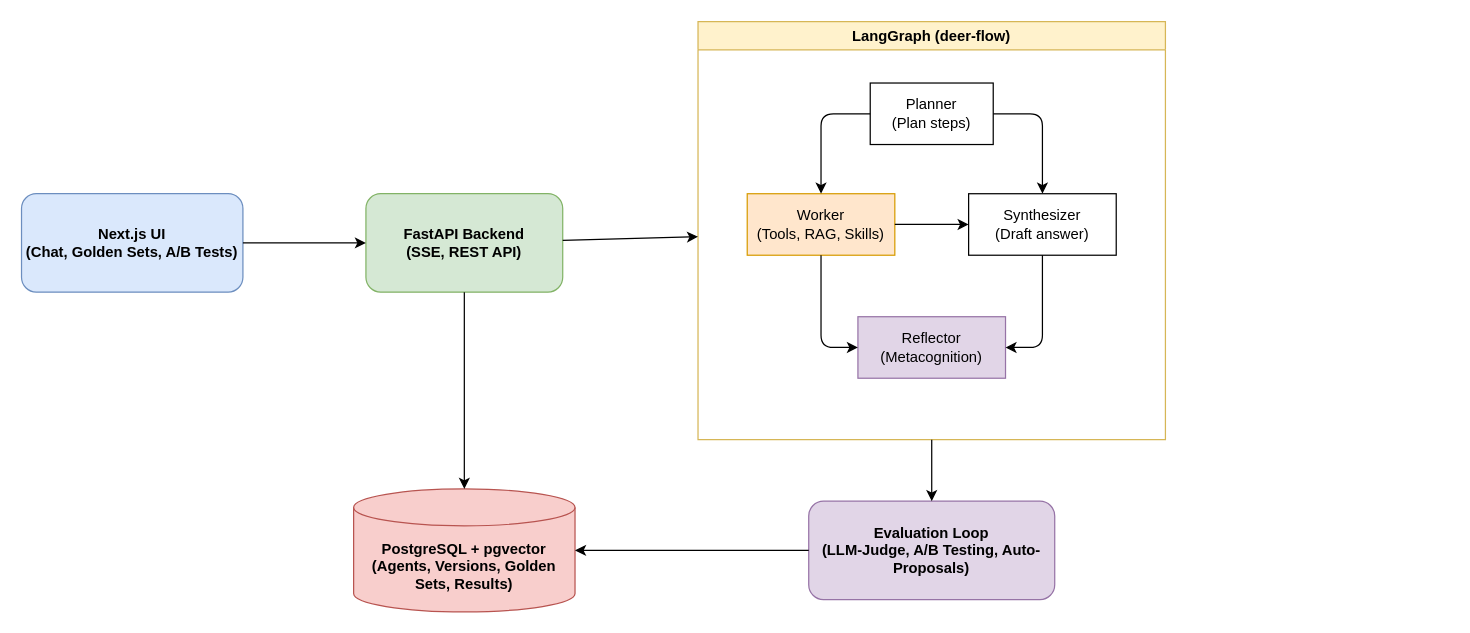
This is flow-architecture.drawio from Sekoya88/Flow, a draw.io file, before an edit. Source tidied: cells renumbered, new cells numbered last; positions are measured from the earlier drawing's top-left corner, leaving out a move shared by most shapes. Both pictures are drawn from the tidied source at 123%, with x=0, y=0 at pixel (21, 21).
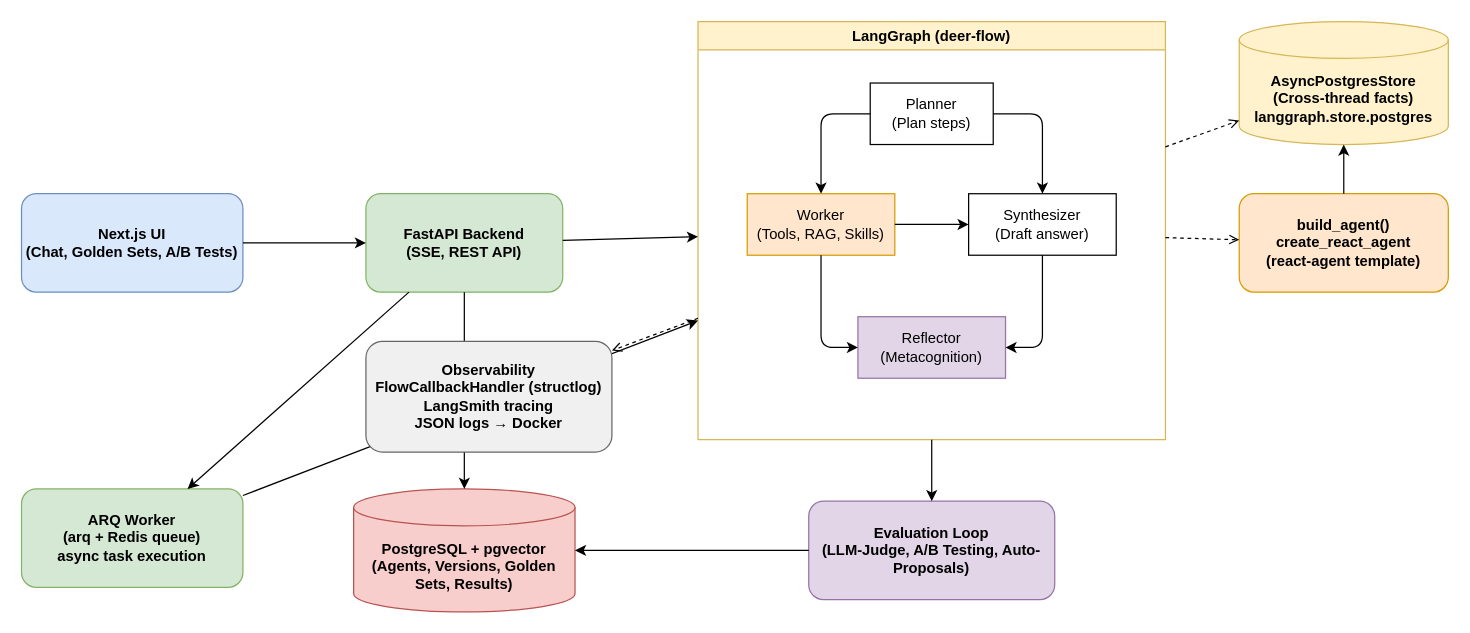
The same page after the edit.

Commit message:
docs(arch): add memory store, observability, agent factory, and worker queue layers to drawio

Unchanged cells that the change refers to:
```xml
<mxCell id="3" value="FastAPI Backend&#10;(SSE, REST API)" style="rounded=1;whiteSpace=wrap;html=1;fillColor=#d5e8d4;strokeColor=#82b366;fontStyle=1;" parent="1" vertex="1">
  <mxGeometry x="280" y="140" width="160" height="80" as="geometry" />
</mxCell>
<mxCell id="4" value="LangGraph (deer-flow)" style="swimlane;whiteSpace=wrap;html=1;fillColor=#fff2cc;strokeColor=#d6b656;fontStyle=1;" parent="1" vertex="1">
  <mxGeometry x="550" width="380" height="340" as="geometry" />
</mxCell>
```

Diff of the diagram source:
```diff
@@
+    <mxCell id="21" value="AsyncPostgresStore&#10;(Cross-thread facts)&#10;langgraph.store.postgres" style="shape=cylinder3;whiteSpace=wrap;html=1;boundedLbl=1;backgroundOutline=1;size=15;fillColor=#fff2cc;strokeColor=#d6b656;fontStyle=1;" parent="1" vertex="1">
+      <mxGeometry x="990" width="170" height="100" as="geometry" />
+    </mxCell>
+    <mxCell id="22" style="dashed=1;endArrow=open;endFill=0;" parent="1" edge="1" source="4" target="21">
+      <mxGeometry relative="1" as="geometry" />
+    </mxCell>
+    <mxCell id="23" value="ARQ Worker&#10;(arq + Redis queue)&#10;async task execution" style="rounded=1;whiteSpace=wrap;html=1;fillColor=#d5e8d4;strokeColor=#82b366;fontStyle=1;" parent="1" vertex="1">
+      <mxGeometry y="380" width="180" height="80" as="geometry" />
+    </mxCell>
+    <mxCell id="24" parent="1" edge="1" source="3" target="23">
+      <mxGeometry relative="1" as="geometry" />
+    </mxCell>
+    <mxCell id="25" parent="1" edge="1" source="23" target="4">
+      <mxGeometry relative="1" as="geometry" />
+    </mxCell>
+    <mxCell id="26" value="Observability&#10;FlowCallbackHandler (structlog)&#10;LangSmith tracing&#10;JSON logs → Docker" style="rounded=1;whiteSpace=wrap;html=1;fillColor=#f0f0f0;strokeColor=#666666;fontStyle=1;" parent="1" vertex="1">
+      <mxGeometry x="280" y="260" width="200" height="90" as="geometry" />
+    </mxCell>
+    <mxCell id="27" style="dashed=1;endArrow=open;endFill=0;" parent="1" edge="1" source="4" target="26">
+      <mxGeometry relative="1" as="geometry" />
+    </mxCell>
+    <mxCell id="28" value="build_agent()&#10;create_react_agent&#10;(react-agent template)" style="rounded=1;whiteSpace=wrap;html=1;fillColor=#ffe6cc;strokeColor=#d79b00;fontStyle=1;" parent="1" vertex="1">
+      <mxGeometry x="990" y="140" width="170" height="80" as="geometry" />
+    </mxCell>
+    <mxCell id="29" style="dashed=1;endArrow=open;endFill=0;" parent="1" edge="1" source="4" target="28">
+      <mxGeometry relative="1" as="geometry" />
+    </mxCell>
+    <mxCell id="30" parent="1" edge="1" source="28" target="21">
+      <mxGeometry relative="1" as="geometry" />
+    </mxCell>
```
